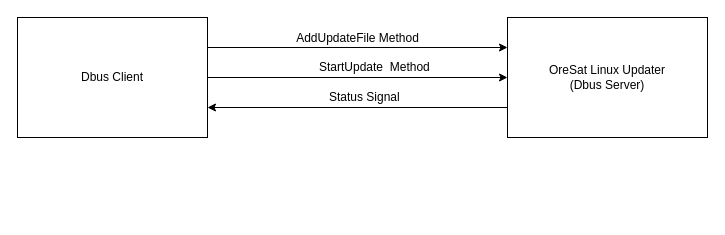
The draw.io diagram updater/oresat_side/LinuxUpdaterDbusInterface.drawio in oresat/oresat-linux, before the edit. Source tidied: cells renumbered, new cells numbered last; positions are measured from the earlier drawing's top-left corner, leaving out a move shared by most shapes. Both pictures are drawn from the tidied source at 100%, with x=0, y=0 at pixel (17, 17).
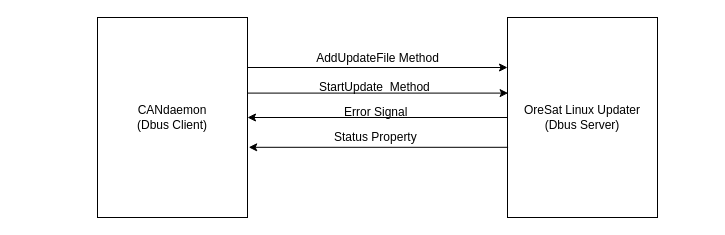
The same page after the edit.

Commit message (it also covers changes not shown here):
major reworks to linux updater

Change to the diagram source:
```diff
@@
 <mxGraphModel>
   <root>
     <mxCell id="0" />
     <mxCell id="1" parent="0" />
-    <mxCell id="2" value="Dbus Client" style="rounded=0;whiteSpace=wrap;html=1;" parent="1" vertex="1">
-      <mxGeometry width="190" height="120" as="geometry" />
+    <mxCell id="2" value="CANdaemon&lt;br&gt;(Dbus Client)" style="rounded=0;whiteSpace=wrap;html=1;" parent="1" vertex="1">
+      <mxGeometry x="80" width="150" height="200" as="geometry" />
     </mxCell>
     <mxCell id="3" value="OreSat Linux Updater&lt;br&gt;(Dbus Server)" style="rounded=0;whiteSpace=wrap;html=1;" parent="1" vertex="1">
-      <mxGeometry x="490" width="200" height="120" as="geometry" />
+      <mxGeometry x="490" width="150" height="200" as="geometry" />
     </mxCell>
     <mxCell id="4" style="endArrow=classic;html=1;exitX=1;exitY=0.25;exitDx=0;exitDy=0;entryX=0;entryY=0.25;entryDx=0;entryDy=0;" parent="1" edge="1" source="2" target="3">
       <mxGeometry relative="1" as="geometry" />
     </mxCell>
     <mxCell id="5" value="AddUpdateFile Method" style="text;html=1;align=center;verticalAlign=middle;labelBackgroundColor=#ffffff;" parent="4" vertex="1">
       <mxGeometry x="0.18" y="1" relative="1" as="geometry">
-        <mxPoint x="-27.5" y="-9" as="offset" />
+        <mxPoint x="-23.5" y="-9" as="offset" />
       </mxGeometry>
     </mxCell>
-    <mxCell id="6" style="endArrow=classic;html=1;exitX=1;exitY=0.5;exitDx=0;exitDy=0;" parent="1" edge="1" source="2" target="3">
+    <mxCell id="6" style="endArrow=classic;html=1;exitX=1;exitY=0.378;exitDx=0;exitDy=0;entryX=0.004;entryY=0.378;entryDx=0;entryDy=0;exitPerimeter=0;entryPerimeter=0;" parent="1" edge="1" source="2" target="3">
       <mxGeometry relative="1" as="geometry" />
     </mxCell>
-    <mxCell id="7" style="endArrow=classic;html=1;exitX=0;exitY=0.75;exitDx=0;exitDy=0;entryX=1;entryY=0.75;entryDx=0;entryDy=0;" parent="1" edge="1" source="3" target="2">
+    <mxCell id="7" style="endArrow=classic;html=1;exitX=0.004;exitY=0.649;exitDx=0;exitDy=0;entryX=1.008;entryY=0.649;entryDx=0;entryDy=0;entryPerimeter=0;exitPerimeter=0;" parent="1" edge="1" source="3" target="2">
       <mxGeometry relative="1" as="geometry" />
     </mxCell>
     <mxCell id="8" value="StartUpdate&amp;nbsp; Method" style="text;html=1;align=left;verticalAlign=top;spacingTop=-4;" parent="1" vertex="1">
-      <mxGeometry x="300" y="40" width="130" height="20" as="geometry" />
+      <mxGeometry x="300" y="60" width="130" height="20" as="geometry" />
     </mxCell>
-    <mxCell id="9" value="Status Signal" style="text;html=1;align=left;verticalAlign=top;spacingTop=-4;" parent="1" vertex="1">
-      <mxGeometry x="310" y="70" width="90" height="20" as="geometry" />
+    <mxCell id="9" value="Status Property" style="text;html=1;align=left;verticalAlign=top;spacingTop=-4;" parent="1" vertex="1">
+      <mxGeometry x="315" y="110" width="100" height="20" as="geometry" />
     </mxCell>
+    <mxCell id="10" style="endArrow=classic;html=1;" parent="1" edge="1" source="3" target="2">
+      <mxGeometry relative="1" as="geometry" />
+    </mxCell>
+    <mxCell id="11" value="Error Signal" style="text;html=1;align=left;verticalAlign=top;spacingTop=-4;" parent="1" vertex="1">
+      <mxGeometry x="325" y="85" width="80" height="20" as="geometry" />
+    </mxCell>
   </root>
 </mxGraphModel>
```
